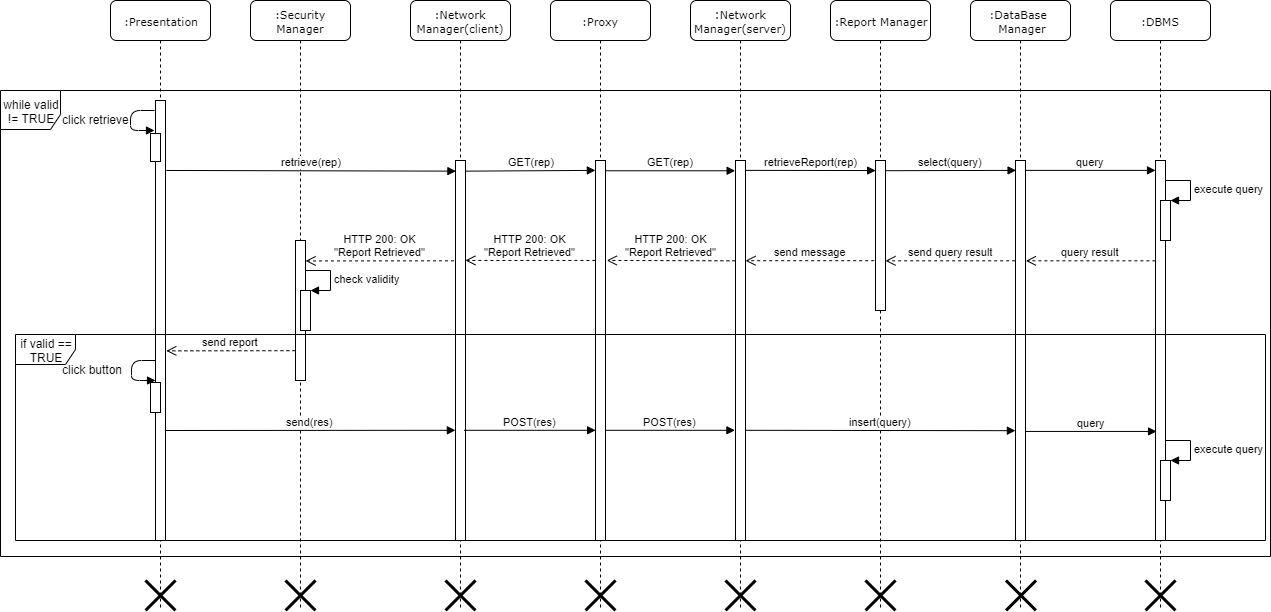
This is DD/img/sequence_diagrams/Retrieve_report.png from dariomiceli3/SafeStreet, a draw.io export, as it was before one commit. Source tidied: cells renumbered, new cells last; positions are measured from the earlier drawing's top-left corner, leaving out a move shared by most shapes.
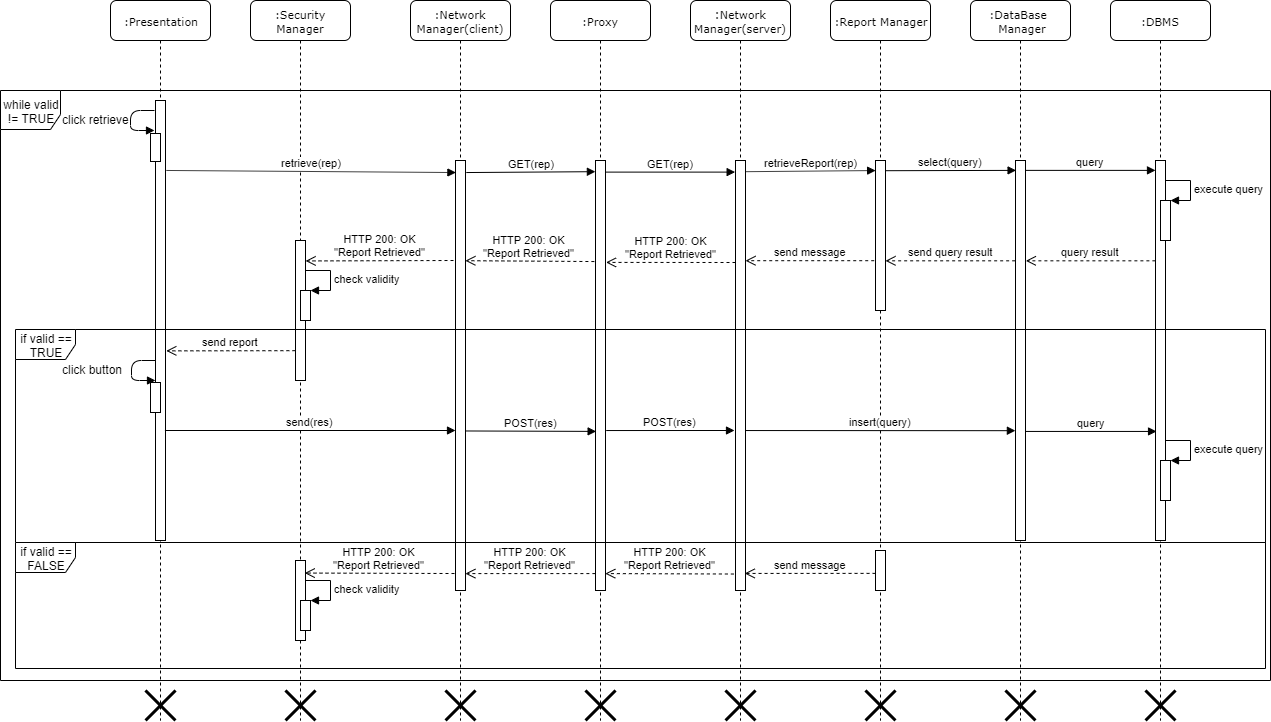
After the commit.

Diff of the diagram source:
```diff
@@ -3,13 +3,13 @@
     <mxCell id="0" />
     <mxCell id="1" parent="0" />
     <mxCell id="2" value="&lt;span style=&quot;font-size: 11px&quot;&gt;:Security Manager&lt;/span&gt;" style="shape=umlLifeline;perimeter=lifelinePerimeter;whiteSpace=wrap;html=1;rounded=1;shadow=0;comic=0;labelBackgroundColor=none;strokeWidth=1;fontFamily=Verdana;fontSize=12;align=center;" parent="1" vertex="1">
-      <mxGeometry x="250" width="100" height="610" as="geometry" />
+      <mxGeometry x="250" width="100" height="720" as="geometry" />
     </mxCell>
     <mxCell id="3" style="html=1;points=[];perimeter=orthogonalPerimeter;rounded=0;shadow=0;comic=0;labelBackgroundColor=none;strokeWidth=1;fontFamily=Verdana;fontSize=12;align=center;" parent="2" vertex="1">
       <mxGeometry x="45" y="240" width="10" height="140" as="geometry" />
     </mxCell>
     <mxCell id="4" style="html=1;points=[];perimeter=orthogonalPerimeter;" parent="2" vertex="1">
-      <mxGeometry x="50" y="290" width="10" height="40" as="geometry" />
+      <mxGeometry x="50" y="290" width="10" height="30" as="geometry" />
     </mxCell>
     <mxCell id="5" value="check validity" style="edgeStyle=orthogonalEdgeStyle;html=1;align=left;spacingLeft=2;endArrow=block;rounded=0;entryX=1;entryY=0;" parent="2" edge="1" target="4">
       <mxGeometry relative="1" as="geometry">
@@ -19,32 +19,58 @@
         </Array>
       </mxGeometry>
     </mxCell>
+    <mxCell id="58" style="html=1;points=[];perimeter=orthogonalPerimeter;" parent="2" vertex="1">
+      <mxGeometry x="45" y="560" width="10" height="80" as="geometry" />
+    </mxCell>
+    <mxCell id="59" style="html=1;points=[];perimeter=orthogonalPerimeter;" parent="2" vertex="1">
+      <mxGeometry x="50" y="600" width="10" height="30" as="geometry" />
+    </mxCell>
+    <mxCell id="60" value="check validity" style="edgeStyle=orthogonalEdgeStyle;html=1;align=left;spacingLeft=2;endArrow=block;rounded=0;entryX=1;entryY=0;" parent="2" edge="1" target="59">
+      <mxGeometry relative="1" as="geometry">
+        <mxPoint x="55" y="580" as="sourcePoint" />
+        <Array as="points">
+          <mxPoint x="80" y="580" />
+        </Array>
+      </mxGeometry>
+    </mxCell>
     <mxCell id="6" value="&lt;span style=&quot;font-size: 11px&quot;&gt;:Network Manager(client)&lt;/span&gt;" style="shape=umlLifeline;perimeter=lifelinePerimeter;whiteSpace=wrap;html=1;rounded=1;shadow=0;comic=0;labelBackgroundColor=none;strokeWidth=1;fontFamily=Verdana;fontSize=12;align=center;" parent="1" vertex="1">
-      <mxGeometry x="410" width="100" height="610" as="geometry" />
+      <mxGeometry x="410" width="100" height="720" as="geometry" />
     </mxCell>
     <mxCell id="7" style="html=1;points=[];perimeter=orthogonalPerimeter;rounded=0;shadow=0;comic=0;labelBackgroundColor=none;strokeWidth=1;fontFamily=Verdana;fontSize=12;align=center;" parent="6" vertex="1">
-      <mxGeometry x="45" y="160" width="10" height="380" as="geometry" />
+      <mxGeometry x="45" y="160" width="10" height="430" as="geometry" />
     </mxCell>
     <mxCell id="8" value="&lt;font style=&quot;font-size: 11px&quot;&gt;:Proxy&lt;/font&gt;" style="shape=umlLifeline;perimeter=lifelinePerimeter;whiteSpace=wrap;html=1;rounded=1;shadow=0;comic=0;labelBackgroundColor=none;strokeWidth=1;fontFamily=Verdana;fontSize=12;align=center;" parent="1" vertex="1">
-      <mxGeometry x="550" width="100" height="610" as="geometry" />
+      <mxGeometry x="550" width="100" height="720" as="geometry" />
     </mxCell>
     <mxCell id="9" style="html=1;points=[];perimeter=orthogonalPerimeter;rounded=0;shadow=0;comic=0;labelBackgroundColor=none;strokeWidth=1;fontFamily=Verdana;fontSize=12;align=center;" parent="8" vertex="1">
-      <mxGeometry x="45" y="160" width="10" height="380" as="geometry" />
+      <mxGeometry x="45" y="160" width="10" height="430" as="geometry" />
     </mxCell>
+    <mxCell id="41" style="shape=umlDestroy;whiteSpace=wrap;html=1;strokeWidth=3;" parent="8" vertex="1">
+      <mxGeometry x="35" y="690" width="30" height="30" as="geometry" />
+    </mxCell>
     <mxCell id="10" value=":&lt;span style=&quot;font-size: 11px&quot;&gt;Network Manager(server)&lt;/span&gt;" style="shape=umlLifeline;perimeter=lifelinePerimeter;whiteSpace=wrap;html=1;rounded=1;shadow=0;comic=0;labelBackgroundColor=none;strokeWidth=1;fontFamily=Verdana;fontSize=12;align=center;" parent="1" vertex="1">
-      <mxGeometry x="690" width="100" height="610" as="geometry" />
+      <mxGeometry x="690" width="100" height="720" as="geometry" />
     </mxCell>
     <mxCell id="11" style="html=1;points=[];perimeter=orthogonalPerimeter;rounded=0;shadow=0;comic=0;labelBackgroundColor=none;strokeWidth=1;fontFamily=Verdana;fontSize=12;align=center;" parent="10" vertex="1">
-      <mxGeometry x="45" y="160" width="10" height="380" as="geometry" />
+      <mxGeometry x="45" y="160" width="10" height="430" as="geometry" />
     </mxCell>
+    <mxCell id="19" style="shape=umlDestroy;whiteSpace=wrap;html=1;strokeWidth=3;" parent="10" vertex="1">
+      <mxGeometry x="35" y="690" width="30" height="30" as="geometry" />
+    </mxCell>
     <mxCell id="12" value="&lt;font style=&quot;font-size: 11px&quot;&gt;:Report Manager&lt;/font&gt;" style="shape=umlLifeline;perimeter=lifelinePerimeter;whiteSpace=wrap;html=1;rounded=1;shadow=0;comic=0;labelBackgroundColor=none;strokeWidth=1;fontFamily=Verdana;fontSize=12;align=center;" parent="1" vertex="1">
-      <mxGeometry x="830" width="100" height="610" as="geometry" />
+      <mxGeometry x="830" width="100" height="720" as="geometry" />
     </mxCell>
     <mxCell id="13" style="html=1;points=[];perimeter=orthogonalPerimeter;rounded=0;shadow=0;comic=0;labelBackgroundColor=none;strokeColor=#000000;strokeWidth=1;fillColor=#FFFFFF;fontFamily=Verdana;fontSize=12;fontColor=#000000;align=center;" parent="12" vertex="1">
       <mxGeometry x="45" y="160" width="10" height="150" as="geometry" />
     </mxCell>
+    <mxCell id="61" style="html=1;points=[];perimeter=orthogonalPerimeter;" parent="12" vertex="1">
+      <mxGeometry x="45" y="550" width="10" height="40" as="geometry" />
+    </mxCell>
+    <mxCell id="42" style="shape=umlDestroy;whiteSpace=wrap;html=1;strokeWidth=3;" parent="12" vertex="1">
+      <mxGeometry x="35" y="690" width="30" height="30" as="geometry" />
+    </mxCell>
     <mxCell id="14" value="&lt;font style=&quot;font-size: 11px&quot;&gt;:Presentation&lt;/font&gt;" style="shape=umlLifeline;perimeter=lifelinePerimeter;whiteSpace=wrap;html=1;rounded=1;shadow=0;comic=0;labelBackgroundColor=none;strokeWidth=1;fontFamily=Verdana;fontSize=12;align=center;" parent="1" vertex="1">
-      <mxGeometry x="110" width="100" height="610" as="geometry" />
+      <mxGeometry x="110" width="100" height="720" as="geometry" />
     </mxCell>
     <mxCell id="15" style="html=1;points=[];perimeter=orthogonalPerimeter;rounded=0;shadow=0;comic=0;labelBackgroundColor=none;strokeWidth=1;fontFamily=Verdana;fontSize=12;align=center;" parent="14" vertex="1">
       <mxGeometry x="45" y="100" width="10" height="440" as="geometry" />
@@ -58,19 +84,16 @@
       <mxGeometry x="40" y="382" width="10" height="30" as="geometry" />
     </mxCell>
     <mxCell id="18" style="shape=umlDestroy;whiteSpace=wrap;html=1;strokeWidth=3;" parent="14" vertex="1">
-      <mxGeometry x="35" y="580" width="30" height="30" as="geometry" />
+      <mxGeometry x="35" y="690" width="30" height="30" as="geometry" />
     </mxCell>
-    <mxCell id="19" style="shape=umlDestroy;whiteSpace=wrap;html=1;strokeWidth=3;" parent="14" vertex="1">
-      <mxGeometry x="615" y="580" width="30" height="30" as="geometry" />
-    </mxCell>
     <mxCell id="20" value="&lt;font style=&quot;font-size: 11px&quot;&gt;:DataBase&amp;nbsp;&lt;br&gt;&amp;nbsp;Manager&lt;/font&gt;" style="shape=umlLifeline;perimeter=lifelinePerimeter;whiteSpace=wrap;html=1;rounded=1;shadow=0;comic=0;labelBackgroundColor=none;strokeWidth=1;fontFamily=Verdana;fontSize=12;align=center;" parent="1" vertex="1">
-      <mxGeometry x="970" width="100" height="610" as="geometry" />
+      <mxGeometry x="970" width="100" height="720" as="geometry" />
     </mxCell>
     <mxCell id="21" style="html=1;points=[];perimeter=orthogonalPerimeter;rounded=0;shadow=0;comic=0;labelBackgroundColor=none;strokeColor=#000000;strokeWidth=1;fillColor=#FFFFFF;fontFamily=Verdana;fontSize=12;fontColor=#000000;align=center;" parent="20" vertex="1">
       <mxGeometry x="45" y="160" width="10" height="380" as="geometry" />
     </mxCell>
     <mxCell id="22" value="&lt;font style=&quot;font-size: 11px&quot;&gt;:DBMS&lt;/font&gt;" style="shape=umlLifeline;perimeter=lifelinePerimeter;whiteSpace=wrap;html=1;rounded=1;shadow=0;comic=0;labelBackgroundColor=none;strokeWidth=1;fontFamily=Verdana;fontSize=12;align=center;" parent="1" vertex="1">
-      <mxGeometry x="1110" width="100" height="610" as="geometry" />
+      <mxGeometry x="1110" width="100" height="720" as="geometry" />
     </mxCell>
     <mxCell id="23" style="html=1;points=[];perimeter=orthogonalPerimeter;rounded=0;shadow=0;comic=0;labelBackgroundColor=none;strokeColor=#000000;strokeWidth=1;fillColor=#FFFFFF;fontFamily=Verdana;fontSize=12;fontColor=#000000;align=center;" parent="22" vertex="1">
       <mxGeometry x="45" y="160" width="10" height="380" as="geometry" />
@@ -97,6 +120,9 @@
         </Array>
       </mxGeometry>
     </mxCell>
+    <mxCell id="44" style="shape=umlDestroy;whiteSpace=wrap;html=1;strokeWidth=3;" parent="22" vertex="1">
+      <mxGeometry x="35" y="690" width="30" height="30" as="geometry" />
+    </mxCell>
     <mxCell id="28" style="html=1;verticalAlign=bottom;endArrow=block;" parent="1" edge="1">
       <mxGeometry x="0.29" y="32" relative="1" as="geometry">
         <mxPoint x="154" y="110" as="sourcePoint" />
@@ -117,11 +143,13 @@
     <mxCell id="31" value="GET(rep)" style="html=1;verticalAlign=bottom;endArrow=block;exitX=1.035;exitY=0.027;exitDx=0;exitDy=0;exitPerimeter=0;entryX=-0.035;entryY=0.027;entryDx=0;entryDy=0;entryPerimeter=0;" parent="1" edge="1" source="9" target="11">
       <mxGeometry relative="1" as="geometry" />
     </mxCell>
-    <mxCell id="32" value="HTTP 200: OK&lt;br&gt;&quot;Report Retrieved&quot;" style="html=1;verticalAlign=bottom;endArrow=open;dashed=1;endSize=8;entryX=0.988;entryY=0.263;entryDx=0;entryDy=0;entryPerimeter=0;exitX=-0.012;exitY=0.263;exitDx=0;exitDy=0;exitPerimeter=0;" parent="1" edge="1" source="9" target="7">
+    <mxCell id="32" value="HTTP 200: OK&lt;br&gt;&quot;Report Retrieved&quot;" style="html=1;verticalAlign=bottom;endArrow=open;dashed=1;endSize=8;entryX=0.988;entryY=0.233;entryDx=0;entryDy=0;entryPerimeter=0;exitX=-0.112;exitY=0.235;exitDx=0;exitDy=0;exitPerimeter=0;" parent="1" edge="1" source="9" target="7">
       <mxGeometry relative="1" as="geometry" />
     </mxCell>
-    <mxCell id="33" value="HTTP 200: OK&lt;br&gt;&quot;Report Retrieved&quot;" style="html=1;verticalAlign=bottom;endArrow=open;dashed=1;endSize=8;entryX=1.012;entryY=0.146;entryDx=0;entryDy=0;entryPerimeter=0;exitX=-0.151;exitY=0.264;exitDx=0;exitDy=0;exitPerimeter=0;" parent="1" edge="1" source="7" target="3">
-      <mxGeometry relative="1" as="geometry" />
+    <mxCell id="33" value="HTTP 200: OK&lt;br&gt;&quot;Report Retrieved&quot;" style="html=1;verticalAlign=bottom;endArrow=open;dashed=1;endSize=8;entryX=1.012;entryY=0.146;entryDx=0;entryDy=0;entryPerimeter=0;" parent="1" edge="1" target="3">
+      <mxGeometry relative="1" as="geometry">
+        <mxPoint x="453" y="260" as="sourcePoint" />
+      </mxGeometry>
     </mxCell>
     <mxCell id="34" style="html=1;verticalAlign=bottom;endArrow=block;" parent="1" edge="1">
       <mxGeometry x="0.29" y="32" relative="1" as="geometry">
@@ -137,33 +165,26 @@
     <mxCell id="35" value="click button" style="text;html=1;align=left;verticalAlign=top;spacingTop=-4;" parent="1" vertex="1">
       <mxGeometry x="60" y="360" width="80" height="20" as="geometry" />
     </mxCell>
-    <mxCell id="36" value="POST(res)" style="html=1;verticalAlign=bottom;endArrow=block;exitX=0.988;exitY=0.71;exitDx=0;exitDy=0;exitPerimeter=0;entryX=-0.058;entryY=0.71;entryDx=0;entryDy=0;entryPerimeter=0;" parent="1" edge="1" source="9" target="11">
-      <mxGeometry relative="1" as="geometry" />
+    <mxCell id="36" value="POST(res)" style="html=1;verticalAlign=bottom;endArrow=block;exitX=1.073;exitY=0.628;exitDx=0;exitDy=0;exitPerimeter=0;" parent="1" edge="1" source="9">
+      <mxGeometry relative="1" as="geometry">
+        <mxPoint x="734" y="430" as="targetPoint" />
+      </mxGeometry>
     </mxCell>
     <mxCell id="37" value="while valid != TRUE" style="shape=umlFrame;whiteSpace=wrap;html=1;width=60;height=39;" parent="1" vertex="1">
-      <mxGeometry y="90" width="1270" height="466" as="geometry" />
+      <mxGeometry y="90" width="1270" height="590" as="geometry" />
     </mxCell>
     <mxCell id="38" value="if valid == TRUE" style="shape=umlFrame;whiteSpace=wrap;html=1;" parent="1" vertex="1">
-      <mxGeometry x="15" y="334" width="1250" height="206" as="geometry" />
+      <mxGeometry x="15" y="329" width="1250" height="213" as="geometry" />
     </mxCell>
     <mxCell id="39" style="shape=umlDestroy;whiteSpace=wrap;html=1;strokeWidth=3;" parent="1" vertex="1">
-      <mxGeometry x="285" y="580" width="30" height="30" as="geometry" />
+      <mxGeometry x="285" y="690" width="30" height="30" as="geometry" />
     </mxCell>
     <mxCell id="40" style="shape=umlDestroy;whiteSpace=wrap;html=1;strokeWidth=3;direction=south;" parent="1" vertex="1">
-      <mxGeometry x="445" y="580" width="30" height="30" as="geometry" />
+      <mxGeometry x="445" y="690" width="30" height="30" as="geometry" />
     </mxCell>
-    <mxCell id="41" style="shape=umlDestroy;whiteSpace=wrap;html=1;strokeWidth=3;" parent="1" vertex="1">
-      <mxGeometry x="585" y="580" width="30" height="30" as="geometry" />
-    </mxCell>
-    <mxCell id="42" style="shape=umlDestroy;whiteSpace=wrap;html=1;strokeWidth=3;" parent="1" vertex="1">
-      <mxGeometry x="865" y="580" width="30" height="30" as="geometry" />
-    </mxCell>
     <mxCell id="43" style="shape=umlDestroy;whiteSpace=wrap;html=1;strokeWidth=3;direction=south;" parent="1" vertex="1">
-      <mxGeometry x="1005.5" y="580" width="30" height="30" as="geometry" />
+      <mxGeometry x="1005" y="690" width="30" height="30" as="geometry" />
     </mxCell>
-    <mxCell id="44" style="shape=umlDestroy;whiteSpace=wrap;html=1;strokeWidth=3;" parent="1" vertex="1">
-      <mxGeometry x="1145" y="580" width="30" height="30" as="geometry" />
-    </mxCell>
     <mxCell id="45" value="GET(rep)" style="html=1;verticalAlign=bottom;endArrow=block;exitX=1.08;exitY=0.028;exitDx=0;exitDy=0;exitPerimeter=0;entryX=-0.012;entryY=0.026;entryDx=0;entryDy=0;entryPerimeter=0;" parent="1" edge="1" source="7" target="9">
       <mxGeometry relative="1" as="geometry" />
     </mxCell>
@@ -185,23 +206,52 @@
     <mxCell id="51" value="send message" style="html=1;verticalAlign=bottom;endArrow=open;dashed=1;endSize=8;exitX=-0.128;exitY=0.668;exitDx=0;exitDy=0;exitPerimeter=0;" parent="1" edge="1" source="13" target="11">
       <mxGeometry relative="1" as="geometry" />
     </mxCell>
-    <mxCell id="52" value="HTTP 200: OK&lt;br&gt;&quot;Report Retrieved&quot;" style="html=1;verticalAlign=bottom;endArrow=open;dashed=1;endSize=8;exitX=-0.012;exitY=0.264;exitDx=0;exitDy=0;exitPerimeter=0;entryX=1.128;entryY=0.263;entryDx=0;entryDy=0;entryPerimeter=0;" parent="1" edge="1" source="11" target="9">
-      <mxGeometry relative="1" as="geometry" />
+    <mxCell id="52" value="HTTP 200: OK&lt;br&gt;&quot;Report Retrieved&quot;" style="html=1;verticalAlign=bottom;endArrow=open;dashed=1;endSize=8;entryX=1.053;entryY=0.237;entryDx=0;entryDy=0;entryPerimeter=0;" parent="1" edge="1" target="9">
+      <mxGeometry relative="1" as="geometry">
+        <mxPoint x="735" y="262" as="sourcePoint" />
+      </mxGeometry>
     </mxCell>
     <mxCell id="53" value="send report" style="html=1;verticalAlign=bottom;endArrow=open;dashed=1;endSize=8;entryX=1.081;entryY=0.569;entryDx=0;entryDy=0;entryPerimeter=0;exitX=-0.012;exitY=0.787;exitDx=0;exitDy=0;exitPerimeter=0;" parent="1" edge="1" source="3" target="15">
       <mxGeometry relative="1" as="geometry" />
     </mxCell>
-    <mxCell id="54" value="send(res)" style="html=1;verticalAlign=bottom;endArrow=block;exitX=0.942;exitY=0.75;exitDx=0;exitDy=0;exitPerimeter=0;entryX=-0.012;entryY=0.71;entryDx=0;entryDy=0;entryPerimeter=0;" parent="1" edge="1" source="15" target="7">
-      <mxGeometry relative="1" as="geometry" />
+    <mxCell id="54" value="send(res)" style="html=1;verticalAlign=bottom;endArrow=block;exitX=0.942;exitY=0.75;exitDx=0;exitDy=0;exitPerimeter=0;" parent="1" edge="1" source="15">
+      <mxGeometry relative="1" as="geometry">
+        <mxPoint x="455" y="430" as="targetPoint" />
+      </mxGeometry>
     </mxCell>
-    <mxCell id="55" value="POST(res)" style="html=1;verticalAlign=bottom;endArrow=block;exitX=0.872;exitY=0.71;exitDx=0;exitDy=0;exitPerimeter=0;entryX=0.012;entryY=0.71;entryDx=0;entryDy=0;entryPerimeter=0;" parent="1" edge="1" source="7" target="9">
+    <mxCell id="55" value="POST(res)" style="html=1;verticalAlign=bottom;endArrow=block;exitX=1.015;exitY=0.629;exitDx=0;exitDy=0;exitPerimeter=0;entryX=0.063;entryY=0.63;entryDx=0;entryDy=0;entryPerimeter=0;" parent="1" edge="1" source="7" target="9">
       <mxGeometry relative="1" as="geometry" />
     </mxCell>
-    <mxCell id="56" value="insert(query)" style="html=1;verticalAlign=bottom;endArrow=block;exitX=0.965;exitY=0.71;exitDx=0;exitDy=0;exitPerimeter=0;entryX=-0.012;entryY=0.711;entryDx=0;entryDy=0;entryPerimeter=0;" parent="1" edge="1" source="11" target="21">
+    <mxCell id="56" value="insert(query)" style="html=1;verticalAlign=bottom;endArrow=block;exitX=0.965;exitY=0.628;exitDx=0;exitDy=0;exitPerimeter=0;entryX=-0.012;entryY=0.711;entryDx=0;entryDy=0;entryPerimeter=0;" parent="1" edge="1" source="11" target="21">
       <mxGeometry relative="1" as="geometry" />
     </mxCell>
     <mxCell id="57" value="query" style="html=1;verticalAlign=bottom;endArrow=block;entryX=0.105;entryY=0.713;entryDx=0;entryDy=0;entryPerimeter=0;" parent="1" edge="1" source="21" target="23">
       <mxGeometry relative="1" as="geometry" />
     </mxCell>
+    <mxCell id="62" value="send message" style="html=1;verticalAlign=bottom;endArrow=open;dashed=1;endSize=8;entryX=0.922;entryY=0.958;entryDx=0;entryDy=0;entryPerimeter=0;exitX=0.005;exitY=0.572;exitDx=0;exitDy=0;exitPerimeter=0;" parent="1" edge="1" source="61">
+      <mxGeometry relative="1" as="geometry">
+        <mxPoint x="744.2" y="572.9" as="targetPoint" />
+      </mxGeometry>
+    </mxCell>
+    <mxCell id="63" value="HTTP 200: OK&lt;br&gt;&quot;Report Retrieved&quot;" style="html=1;verticalAlign=bottom;endArrow=open;dashed=1;endSize=8;exitX=-0.012;exitY=0.264;exitDx=0;exitDy=0;exitPerimeter=0;entryX=1.128;entryY=0.263;entryDx=0;entryDy=0;entryPerimeter=0;" parent="1" edge="1">
+      <mxGeometry relative="1" as="geometry">
+        <mxPoint x="733.4" y="573.5" as="sourcePoint" />
+        <mxPoint x="604.8" y="573.1" as="targetPoint" />
+      </mxGeometry>
+    </mxCell>
+    <mxCell id="64" value="HTTP 200: OK&lt;br&gt;&quot;Report Retrieved&quot;" style="html=1;verticalAlign=bottom;endArrow=open;dashed=1;endSize=8;entryX=0.988;entryY=0.263;entryDx=0;entryDy=0;entryPerimeter=0;exitX=-0.012;exitY=0.263;exitDx=0;exitDy=0;exitPerimeter=0;" parent="1" edge="1">
+      <mxGeometry relative="1" as="geometry">
+        <mxPoint x="594.9" y="573.1" as="sourcePoint" />
+        <mxPoint x="464.9" y="573.1" as="targetPoint" />
+      </mxGeometry>
+    </mxCell>
+    <mxCell id="65" value="HTTP 200: OK&lt;br&gt;&quot;Report Retrieved&quot;" style="html=1;verticalAlign=bottom;endArrow=open;dashed=1;endSize=8;exitX=-0.151;exitY=0.264;exitDx=0;exitDy=0;exitPerimeter=0;entryX=0.922;entryY=0.157;entryDx=0;entryDy=0;entryPerimeter=0;" parent="1" edge="1" target="58">
+      <mxGeometry relative="1" as="geometry">
+        <mxPoint x="454" y="573" as="sourcePoint" />
+      </mxGeometry>
+    </mxCell>
+    <mxCell id="66" value="if valid == FALSE" style="shape=umlFrame;whiteSpace=wrap;html=1;" parent="1" vertex="1">
+      <mxGeometry x="15" y="542" width="1250" height="126" as="geometry" />
+    </mxCell>
   </root>
 </mxGraphModel>
```
